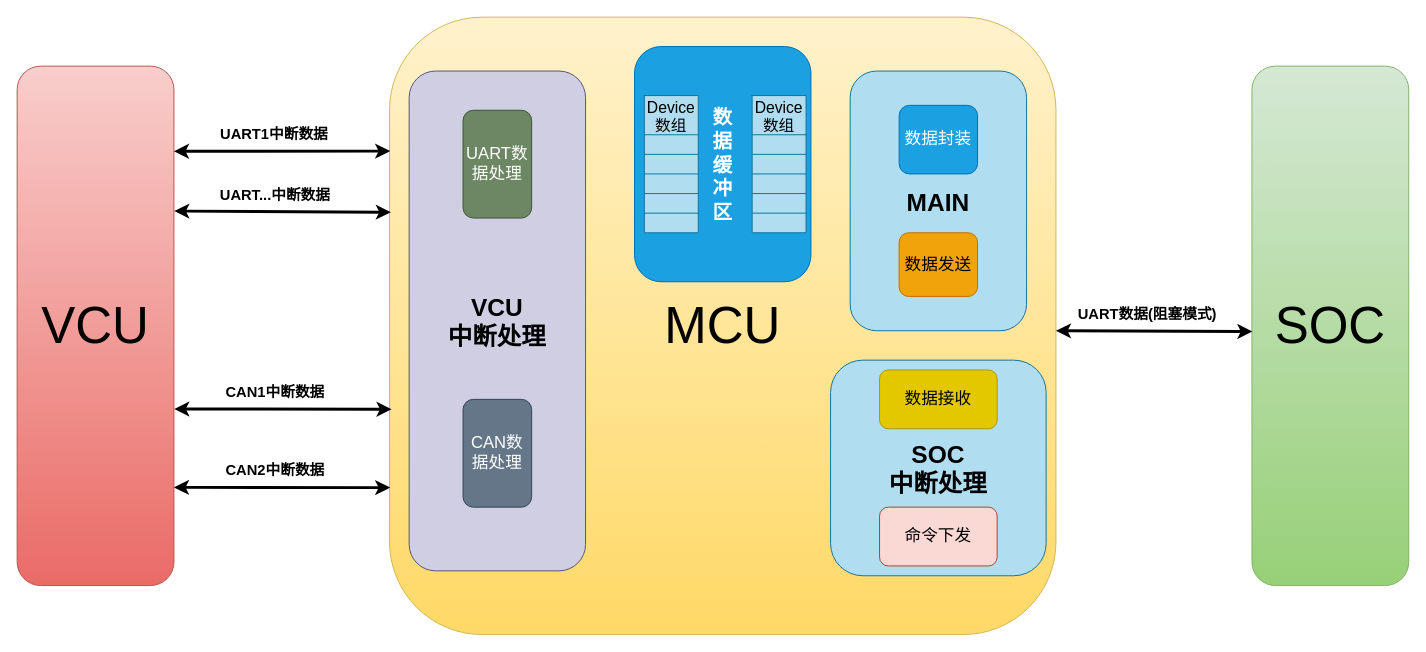
Before: 小牛MCU框架图.drawio in liangchaojiang/WindowsProject1, a draw.io diagram. Source tidied: cells renumbered, new cells numbered last; positions are measured from the earlier drawing's top-left corner, leaving out a move shared by most shapes. Both pictures are drawn from the tidied source at 98%, with x=0, y=0 at pixel (17, 17).
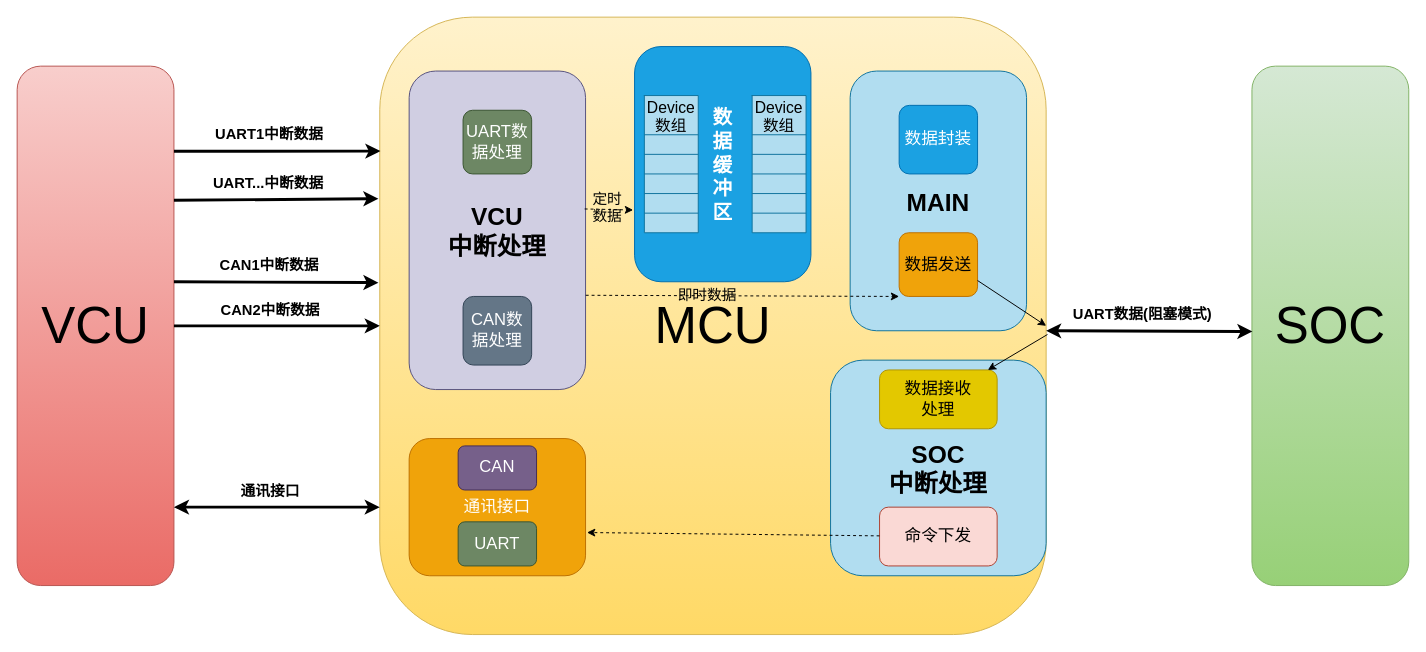
The same diagram, later.

Commit message:
更新小牛MCU框架图.drawio

Unchanged cells that the change refers to:
```xml
<mxCell id="3" value="&lt;font style=&quot;font-size: 52px;&quot;&gt;VCU&lt;/font&gt;" style="rounded=1;whiteSpace=wrap;html=1;fillColor=#f8cecc;gradientColor=#ea6b66;strokeColor=#b85450;" parent="1" vertex="1">
  <mxGeometry y="50" width="160" height="530" as="geometry" />
</mxCell>
<mxCell id="19" value="&lt;font style=&quot;font-size: 20px;&quot;&gt;&lt;b&gt;数&lt;/b&gt;&lt;/font&gt;&lt;div&gt;&lt;font style=&quot;font-size: 20px;&quot;&gt;&lt;b&gt;据&lt;/b&gt;&lt;/font&gt;&lt;/div&gt;&lt;div&gt;&lt;font style=&quot;font-size: 20px;&quot;&gt;&lt;b&gt;缓&lt;/b&gt;&lt;/font&gt;&lt;/div&gt;&lt;div&gt;&lt;font style=&quot;font-size: 20px;&quot;&gt;&lt;b&gt;冲&lt;/b&gt;&lt;/font&gt;&lt;/div&gt;&lt;div&gt;&lt;font style=&quot;font-size: 20px;&quot;&gt;&lt;b&gt;区&lt;/b&gt;&lt;/font&gt;&lt;/div&gt;" style="rounded=1;whiteSpace=wrap;html=1;fillColor=#1ba1e2;strokeColor=#006EAF;fontColor=#ffffff;" parent="1" vertex="1">
  <mxGeometry x="630" y="30" width="180" height="240" as="geometry" />
</mxCell>
<mxCell id="21" value="&lt;font style=&quot;font-size: 17px;&quot;&gt;数据发送&lt;/font&gt;" style="rounded=1;whiteSpace=wrap;html=1;fillColor=#f0a30a;fontColor=#000000;strokeColor=#BD7000;" parent="1" vertex="1">
  <mxGeometry x="900" y="220" width="80" height="65" as="geometry" />
</mxCell>
<mxCell id="50" value="&lt;span style=&quot;font-size: 17px;&quot;&gt;命令下发&lt;/span&gt;" style="rounded=1;whiteSpace=wrap;html=1;fillColor=#fad9d5;strokeColor=#ae4132;" parent="1" vertex="1">
  <mxGeometry x="880" y="500" width="120" height="60" as="geometry" />
</mxCell>
```

Diff of the diagram source:
```diff
@@
     <mxCell id="2" value="&lt;font style=&quot;font-size: 52px;&quot;&gt;MCU&lt;/font&gt;" style="rounded=1;whiteSpace=wrap;html=1;fillColor=#fff2cc;gradientColor=#ffd966;strokeColor=#d6b656;" parent="1" vertex="1">
-      <mxGeometry x="380" width="680" height="630" as="geometry" />
+      <mxGeometry x="370" width="680" height="630" as="geometry" />
     </mxCell>
@@
-    <mxCell id="5" style="endArrow=classic;startArrow=classic;html=1;rounded=0;exitX=1;exitY=0.164;exitDx=0;exitDy=0;exitPerimeter=0;strokeWidth=3;entryX=0.001;entryY=0.217;entryDx=0;entryDy=0;entryPerimeter=0;" parent="1" edge="1" source="3" target="2">
+    <mxCell id="5" style="endArrow=classic;startArrow=none;html=1;rounded=0;exitX=1;exitY=0.164;exitDx=0;exitDy=0;exitPerimeter=0;strokeWidth=3;entryX=0.001;entryY=0.217;entryDx=0;entryDy=0;entryPerimeter=0;startFill=0;" parent="1" edge="1" source="3" target="2">
       <mxGeometry relative="1" as="geometry" />
     </mxCell>
@@
-    <mxCell id="7" style="endArrow=classic;startArrow=classic;html=1;rounded=0;strokeWidth=3;entryX=0.002;entryY=0.316;entryDx=0;entryDy=0;entryPerimeter=0;exitX=1.002;exitY=0.279;exitDx=0;exitDy=0;exitPerimeter=0;" parent="1" edge="1" source="3" target="2">
-      <mxGeometry relative="1" as="geometry" />
+    <mxCell id="7" style="endArrow=classic;startArrow=none;html=1;rounded=0;strokeWidth=3;exitX=1.002;exitY=0.279;exitDx=0;exitDy=0;exitPerimeter=0;startFill=0;entryX=-0.002;entryY=0.294;entryDx=0;entryDy=0;entryPerimeter=0;" parent="1" edge="1" target="2">
+      <mxGeometry relative="1" as="geometry">
+        <mxPoint x="160" y="186.9" as="sourcePoint" />
+      </mxGeometry>
     </mxCell>
@@
-    <mxCell id="9" style="endArrow=classic;startArrow=classic;html=1;rounded=0;entryX=0.003;entryY=0.635;entryDx=0;entryDy=0;entryPerimeter=0;strokeWidth=3;exitX=1.002;exitY=0.66;exitDx=0;exitDy=0;exitPerimeter=0;" parent="1" edge="1" source="3" target="2">
-      <mxGeometry relative="1" as="geometry" />
+    <mxCell id="9" style="endArrow=classic;startArrow=none;html=1;rounded=0;strokeWidth=3;exitX=1.002;exitY=0.66;exitDx=0;exitDy=0;exitPerimeter=0;startFill=0;entryX=-0.002;entryY=0.43;entryDx=0;entryDy=0;entryPerimeter=0;" parent="1" edge="1" target="2">
+      <mxGeometry relative="1" as="geometry">
+        <mxPoint x="160" y="270" as="sourcePoint" />
+      </mxGeometry>
     </mxCell>
@@
-    <mxCell id="11" style="endArrow=classic;startArrow=classic;html=1;rounded=0;entryX=0.001;entryY=0.762;entryDx=0;entryDy=0;entryPerimeter=0;strokeWidth=3;exitX=1;exitY=0.811;exitDx=0;exitDy=0;exitPerimeter=0;" parent="1" edge="1" source="3" target="2">
+    <mxCell id="11" style="endArrow=classic;startArrow=none;html=1;rounded=0;strokeWidth=3;startFill=0;entryX=0;entryY=0.5;entryDx=0;entryDy=0;" parent="1" edge="1" source="3" target="2">
       <mxGeometry relative="1" as="geometry" />
     </mxCell>
@@
     <mxCell id="15" value="&lt;span style=&quot;font-size: 25px;&quot;&gt;&lt;b&gt;VCU&lt;/b&gt;&lt;/span&gt;&lt;div&gt;&lt;span style=&quot;font-size: 25px;&quot;&gt;&lt;b&gt;中断处理&lt;/b&gt;&lt;/span&gt;&lt;/div&gt;" style="rounded=1;whiteSpace=wrap;html=1;fillColor=#d0cee2;strokeColor=#56517e;" parent="1" vertex="1">
-      <mxGeometry x="400" y="55" width="180" height="510" as="geometry" />
+      <mxGeometry x="400" y="55" width="180" height="325" as="geometry" />
     </mxCell>
     <mxCell id="16" value="&lt;font style=&quot;font-size: 17px;&quot;&gt;CAN数据处理&lt;/font&gt;" style="rounded=1;whiteSpace=wrap;html=1;fillColor=#647687;fontColor=#ffffff;strokeColor=#314354;" parent="1" vertex="1">
-      <mxGeometry x="455" y="390" width="70" height="110" as="geometry" />
+      <mxGeometry x="455" y="285" width="70" height="70" as="geometry" />
     </mxCell>
@@
     <mxCell id="18" value="&lt;font style=&quot;font-size: 17px;&quot;&gt;UART数据处理&lt;/font&gt;" style="rounded=1;whiteSpace=wrap;html=1;fillColor=#6d8764;fontColor=#ffffff;strokeColor=#3A5431;" parent="1" vertex="1">
-      <mxGeometry x="455" y="95" width="70" height="110" as="geometry" />
+      <mxGeometry x="455" y="95" width="70" height="65" as="geometry" />
     </mxCell>
@@
-    <mxCell id="49" value="&lt;span style=&quot;font-size: 17px;&quot;&gt;数据接收&lt;/span&gt;" style="rounded=1;whiteSpace=wrap;html=1;fillColor=#e3c800;fontColor=#000000;strokeColor=#B09500;" parent="1" vertex="1">
+    <mxCell id="49" value="&lt;span style=&quot;font-size: 17px;&quot;&gt;数据接收&lt;/span&gt;&lt;div&gt;&lt;span style=&quot;font-size: 17px;&quot;&gt;处理&lt;/span&gt;&lt;/div&gt;" style="rounded=1;whiteSpace=wrap;html=1;fillColor=#e3c800;fontColor=#000000;strokeColor=#B09500;" parent="1" vertex="1">
       <mxGeometry x="880" y="360" width="120" height="60" as="geometry" />
     </mxCell>
@@
+    <mxCell id="51" style="endArrow=classic;html=1;rounded=0;entryX=-0.008;entryY=0.695;entryDx=0;entryDy=0;entryPerimeter=0;dashed=1;exitX=0.995;exitY=0.433;exitDx=0;exitDy=0;exitPerimeter=0;" parent="1" edge="1" source="15" target="19">
+      <mxGeometry relative="1" as="geometry" />
+    </mxCell>
+    <mxCell id="52" value="&lt;font style=&quot;font-size: 15px;&quot;&gt;定时&lt;/font&gt;&lt;div&gt;&lt;font style=&quot;font-size: 15px;&quot;&gt;数据&lt;/font&gt;&lt;/div&gt;" style="edgeLabel;html=1;align=center;verticalAlign=middle;labelBackgroundColor=none;" parent="51" vertex="1">
+      <mxGeometry x="0.01" y="2" relative="1" as="geometry">
+        <mxPoint x="-3" y="-1" as="offset" />
+      </mxGeometry>
+    </mxCell>
+    <mxCell id="53" style="endArrow=classic;html=1;rounded=0;exitX=1.001;exitY=0.704;exitDx=0;exitDy=0;exitPerimeter=0;entryX=0;entryY=1;entryDx=0;entryDy=0;dashed=1;" parent="1" edge="1" source="15" target="21">
+      <mxGeometry relative="1" as="geometry" />
+    </mxCell>
+    <mxCell id="54" value="即时数据" style="edgeLabel;html=1;align=center;verticalAlign=middle;fontSize=15;labelBackgroundColor=none;" parent="53" vertex="1">
+      <mxGeometry x="-0.23" y="2" relative="1" as="geometry" />
+    </mxCell>
+    <mxCell id="55" style="endArrow=classic;html=1;rounded=0;exitX=1;exitY=0.75;exitDx=0;exitDy=0;entryX=1;entryY=0.5;entryDx=0;entryDy=0;" parent="1" edge="1" source="21" target="2">
+      <mxGeometry relative="1" as="geometry" />
+    </mxCell>
+    <mxCell id="56" style="endArrow=classic;html=1;rounded=0;exitX=1.002;exitY=0.514;exitDx=0;exitDy=0;exitPerimeter=0;" parent="1" edge="1" source="2" target="49">
+      <mxGeometry relative="1" as="geometry" />
+    </mxCell>
+    <mxCell id="57" style="endArrow=classic;html=1;rounded=0;dashed=1;entryX=1.008;entryY=0.685;entryDx=0;entryDy=0;entryPerimeter=0;" parent="1" edge="1" source="50" target="58">
+      <mxGeometry relative="1" as="geometry" />
+    </mxCell>
+    <mxCell id="58" value="&lt;span style=&quot;color: rgb(255, 255, 255); font-size: 17px;&quot;&gt;通讯接口&lt;/span&gt;" style="rounded=1;whiteSpace=wrap;html=1;fillColor=#f0a30a;fontColor=#000000;strokeColor=#BD7000;" parent="1" vertex="1">
+      <mxGeometry x="400" y="430" width="180" height="140" as="geometry" />
+    </mxCell>
+    <mxCell id="59" value="&lt;span style=&quot;font-size: 17px;&quot;&gt;CAN&lt;/span&gt;" style="rounded=1;whiteSpace=wrap;html=1;fillColor=#76608a;fontColor=#ffffff;strokeColor=#432D57;" parent="1" vertex="1">
+      <mxGeometry x="450" y="437.5" width="80" height="45" as="geometry" />
+    </mxCell>
+    <mxCell id="60" value="&lt;span style=&quot;font-size: 17px;&quot;&gt;UART&lt;/span&gt;" style="rounded=1;whiteSpace=wrap;html=1;fillColor=#6d8764;fontColor=#ffffff;strokeColor=#3A5431;" parent="1" vertex="1">
+      <mxGeometry x="450" y="515" width="80" height="45" as="geometry" />
+    </mxCell>
+    <mxCell id="61" style="endArrow=classic;startArrow=classic;html=1;rounded=0;strokeWidth=3;startFill=1;entryX=0;entryY=0.5;entryDx=0;entryDy=0;" parent="1" edge="1">
+      <mxGeometry relative="1" as="geometry">
+        <mxPoint x="160" y="500" as="sourcePoint" />
+        <mxPoint x="370" y="500" as="targetPoint" />
+      </mxGeometry>
+    </mxCell>
+    <mxCell id="62" value="通讯接口" style="edgeLabel;html=1;align=center;verticalAlign=middle;fontSize=15;fontStyle=1;" parent="61" vertex="1">
+      <mxGeometry x="-0.08" y="4" relative="1" as="geometry">
+        <mxPoint y="-14" as="offset" />
+      </mxGeometry>
+    </mxCell>
```
